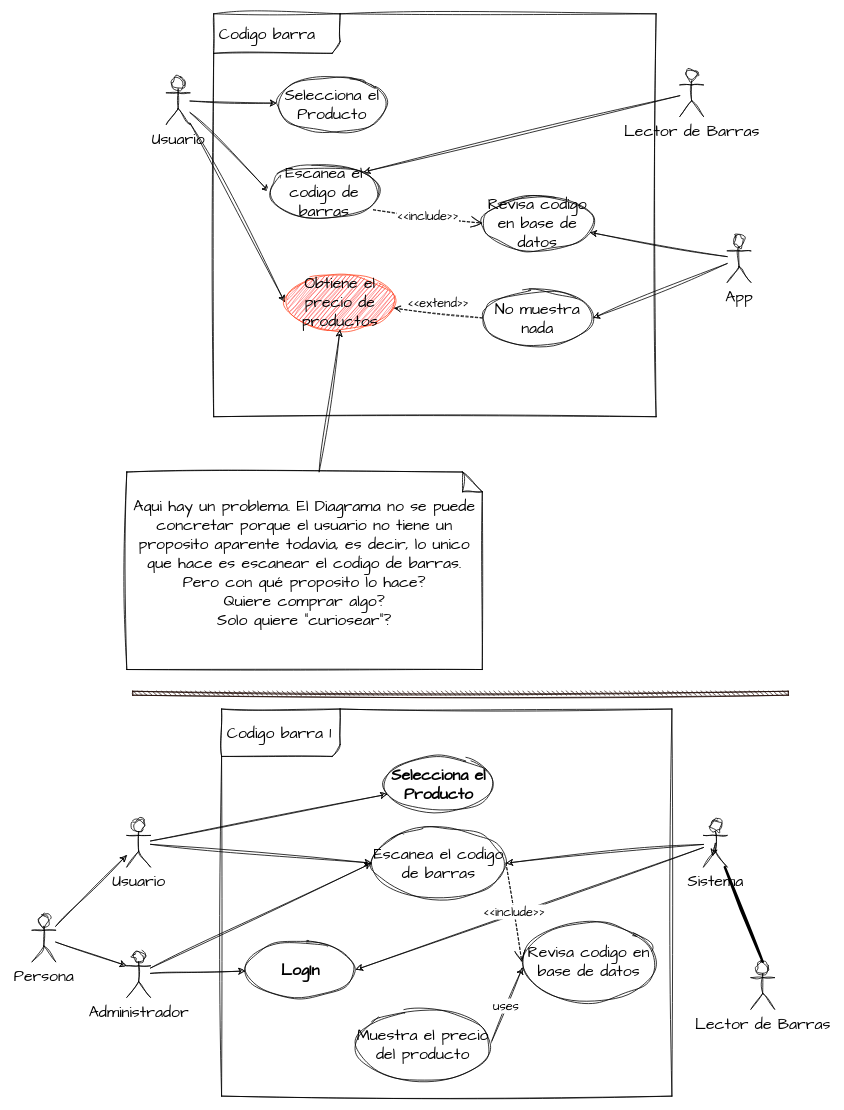
Above: page "UseCaseBarCode" (1 of 2) of useCaseBarCode.dio in AlejandroChicaizaBMV/repositorioParaElProyecto (draw.io), before the change. Source tidied: cells renumbered, new cells numbered last; positions are measured from the earlier drawing's top-left corner, leaving out a move shared by most shapes. Both pictures are drawn from the tidied source at 79%, with x=0, y=0 at pixel (32, 13).
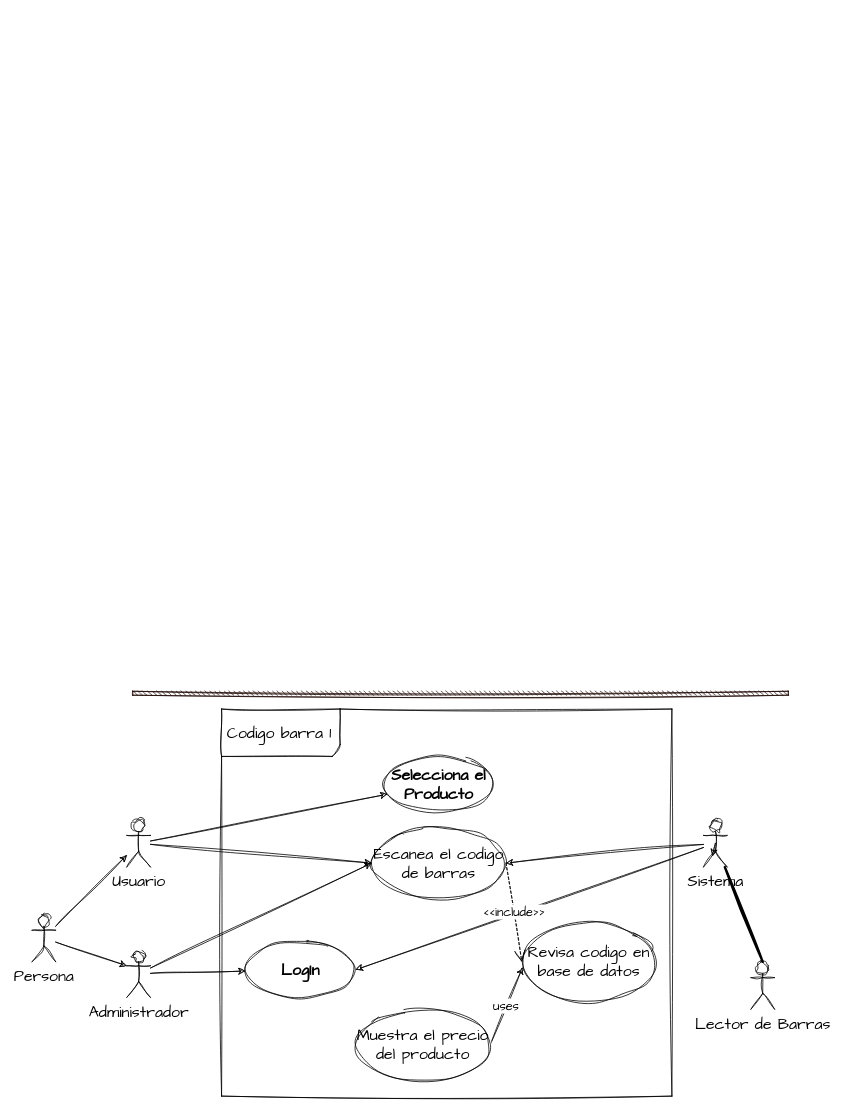
After the change.

The edit, as a diff of the source:
```diff
@@
-    <mxCell id="2" value="Codigo barra" style="shape=umlFrame;whiteSpace=wrap;html=1;width=160;height=50;boundedLbl=1;verticalAlign=middle;align=left;spacingLeft=5;sketch=1;hachureGap=4;jiggle=2;curveFitting=1;fontFamily=Architects Daughter;fontSize=20;" parent="1" vertex="1">
-      <mxGeometry x="230" width="560" height="510" as="geometry" />
-    </mxCell>
-    <mxCell id="3" style="edgeStyle=none;sketch=1;hachureGap=4;jiggle=2;curveFitting=1;html=1;fontFamily=Architects Daughter;fontSize=16;" parent="1" edge="1" source="5" target="14">
-      <mxGeometry relative="1" as="geometry" />
-    </mxCell>
-    <mxCell id="4" style="edgeStyle=none;sketch=1;hachureGap=4;jiggle=2;curveFitting=1;html=1;entryX=1;entryY=0.5;entryDx=0;entryDy=0;fontFamily=Architects Daughter;fontSize=16;" parent="1" edge="1" source="5" target="17">
-      <mxGeometry relative="1" as="geometry" />
-    </mxCell>
-    <mxCell id="5" value="App" style="shape=umlActor;verticalLabelPosition=bottom;verticalAlign=top;html=1;sketch=1;hachureGap=4;jiggle=2;curveFitting=1;fontFamily=Architects Daughter;fontSize=20;" parent="1" vertex="1">
-      <mxGeometry x="880" y="280" width="30" height="60" as="geometry" />
-    </mxCell>
-    <mxCell id="6" style="edgeStyle=none;sketch=1;hachureGap=4;jiggle=2;curveFitting=1;html=1;fontFamily=Architects Daughter;fontSize=16;entryX=1;entryY=0;entryDx=0;entryDy=0;" parent="1" edge="1" source="7" target="13">
-      <mxGeometry relative="1" as="geometry" />
-    </mxCell>
-    <mxCell id="7" value="Lector de Barras" style="shape=umlActor;verticalLabelPosition=bottom;verticalAlign=top;html=1;sketch=1;hachureGap=4;jiggle=2;curveFitting=1;fontFamily=Architects Daughter;fontSize=20;" parent="1" vertex="1">
-      <mxGeometry x="820" y="70" width="30" height="60" as="geometry" />
-    </mxCell>
-    <mxCell id="8" style="edgeStyle=none;sketch=1;hachureGap=4;jiggle=2;curveFitting=1;html=1;fontFamily=Architects Daughter;fontSize=16;" parent="1" edge="1" source="11" target="12">
-      <mxGeometry relative="1" as="geometry" />
-    </mxCell>
-    <mxCell id="9" style="edgeStyle=none;sketch=1;hachureGap=4;jiggle=2;curveFitting=1;html=1;entryX=0;entryY=0.5;entryDx=0;entryDy=0;fontFamily=Architects Daughter;fontSize=16;" parent="1" edge="1" source="11" target="13">
-      <mxGeometry relative="1" as="geometry" />
-    </mxCell>
-    <mxCell id="10" style="edgeStyle=none;sketch=1;hachureGap=4;jiggle=2;curveFitting=1;html=1;entryX=0;entryY=0.5;entryDx=0;entryDy=0;fontFamily=Architects Daughter;fontSize=16;" parent="1" edge="1" source="11" target="15">
-      <mxGeometry relative="1" as="geometry" />
-    </mxCell>
-    <mxCell id="11" value="Usuario" style="shape=umlActor;verticalLabelPosition=bottom;verticalAlign=top;html=1;sketch=1;hachureGap=4;jiggle=2;curveFitting=1;fontFamily=Architects Daughter;fontSize=20;" parent="1" vertex="1">
-      <mxGeometry x="170" y="80" width="30" height="60" as="geometry" />
-    </mxCell>
-    <mxCell id="12" value="Selecciona el Producto" style="ellipse;whiteSpace=wrap;html=1;sketch=1;hachureGap=4;jiggle=2;curveFitting=1;fontFamily=Architects Daughter;fontSize=20;" parent="1" vertex="1">
-      <mxGeometry x="310" y="80" width="140" height="70" as="geometry" />
-    </mxCell>
-    <mxCell id="13" value="Escanea el codigo de barras" style="ellipse;whiteSpace=wrap;html=1;sketch=1;hachureGap=4;jiggle=2;curveFitting=1;fontFamily=Architects Daughter;fontSize=20;" parent="1" vertex="1">
-      <mxGeometry x="300" y="190" width="140" height="70" as="geometry" />
-    </mxCell>
-    <mxCell id="14" value="Revisa codigo en base de datos" style="ellipse;whiteSpace=wrap;html=1;sketch=1;hachureGap=4;jiggle=2;curveFitting=1;fontFamily=Architects Daughter;fontSize=20;" parent="1" vertex="1">
-      <mxGeometry x="570" y="230" width="140" height="70" as="geometry" />
-    </mxCell>
-    <mxCell id="15" value="Obtiene el precio de productos" style="ellipse;whiteSpace=wrap;html=1;sketch=1;hachureGap=4;jiggle=2;curveFitting=1;fontFamily=Architects Daughter;fontSize=20;strokeColor=#FF4824;fillColor=#FF0D0D;" parent="1" vertex="1">
-      <mxGeometry x="320" y="330" width="140" height="70" as="geometry" />
-    </mxCell>
-    <mxCell id="16" value="&amp;lt;&amp;lt;include&amp;gt;&amp;gt;" style="endArrow=open;endSize=12;dashed=1;html=1;sketch=1;hachureGap=4;jiggle=2;curveFitting=1;fontFamily=Architects Daughter;fontSize=16;entryX=0;entryY=0.5;entryDx=0;entryDy=0;exitX=0.944;exitY=0.83;exitDx=0;exitDy=0;exitPerimeter=0;" parent="1" edge="1" source="13" target="14">
-      <mxGeometry relative="1" as="geometry" />
-    </mxCell>
-    <mxCell id="17" value="No muestra nada" style="ellipse;whiteSpace=wrap;html=1;sketch=1;hachureGap=4;jiggle=2;curveFitting=1;fontFamily=Architects Daughter;fontSize=20;" parent="1" vertex="1">
-      <mxGeometry x="570" y="350" width="140" height="70" as="geometry" />
-    </mxCell>
-    <mxCell id="18" value="&amp;lt;&amp;lt;extend&amp;gt;&amp;gt;" style="html=1;verticalAlign=bottom;labelBackgroundColor=none;endArrow=open;endFill=0;dashed=1;sketch=1;hachureGap=4;jiggle=2;curveFitting=1;fontFamily=Architects Daughter;fontSize=16;exitX=0;exitY=0.5;exitDx=0;exitDy=0;" parent="1" edge="1" source="17" target="15">
-      <mxGeometry relative="1" as="geometry" />
-    </mxCell>
-    <mxCell id="19" style="edgeStyle=none;sketch=1;hachureGap=4;jiggle=2;curveFitting=1;html=1;entryX=0.5;entryY=1;entryDx=0;entryDy=0;fontFamily=Architects Daughter;fontSize=16;" parent="1" edge="1" source="20" target="15">
-      <mxGeometry relative="1" as="geometry" />
-    </mxCell>
-    <mxCell id="20" value="Aqui hay un problema. El Diagrama no se puede concretar porque el usuario no tiene un proposito aparente todavia, es decir, lo unico que hace es escanear el codigo de barras.&lt;br&gt;Pero con qué proposito lo hace?&lt;br&gt;Quiere comprar algo?&lt;br&gt;Solo quiere &quot;curiosear&quot;?&lt;br&gt;" style="shape=note2;boundedLbl=1;whiteSpace=wrap;html=1;size=25;verticalAlign=top;align=center;sketch=1;hachureGap=4;jiggle=2;curveFitting=1;fontFamily=Architects Daughter;fontSize=20;" parent="1" vertex="1">
-      <mxGeometry x="120" y="580" width="450" height="250" as="geometry" />
-    </mxCell>
@@
     <mxCell id="33" style="edgeStyle=none;sketch=1;hachureGap=4;jiggle=2;curveFitting=1;html=1;fontFamily=Architects Daughter;fontSize=16;" parent="1" edge="1">
       <mxGeometry relative="1" as="geometry">
-        <mxPoint x="570" y="1265" as="sourcePoint" />
+        <mxPoint x="553" y="2170" as="sourcePoint" />
       </mxGeometry>
     </mxCell>
```
